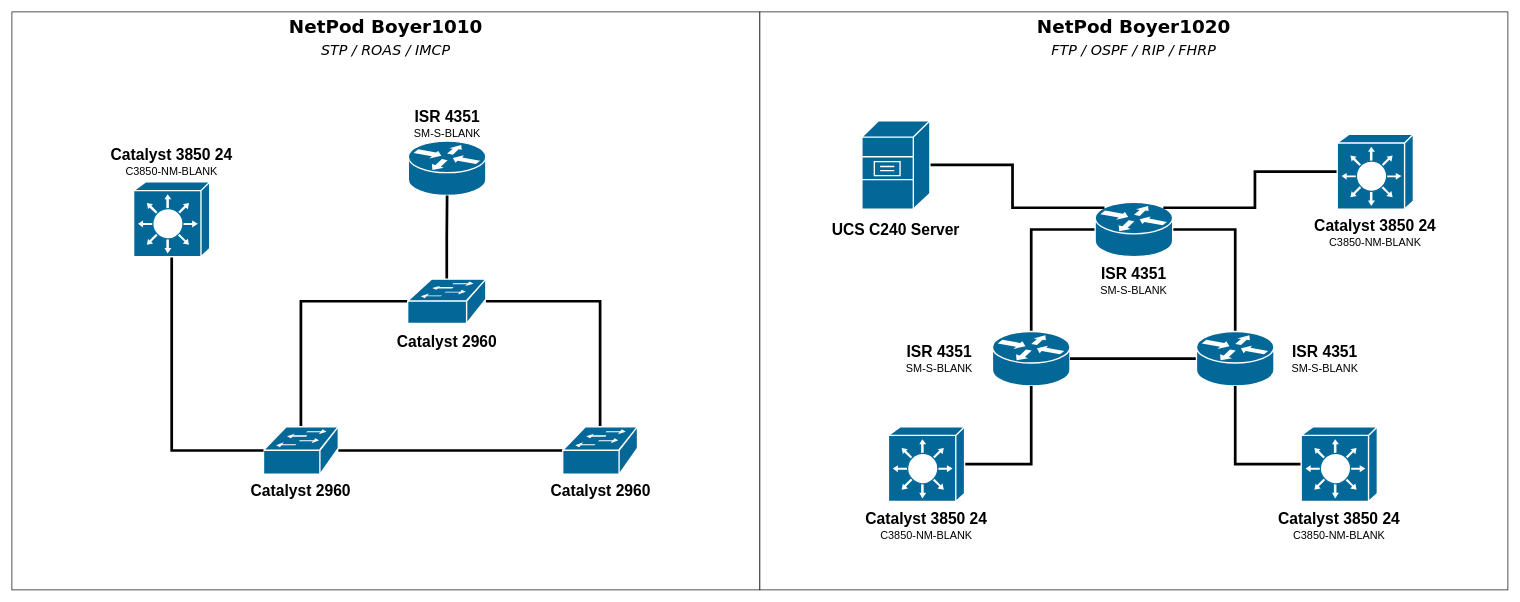
Before: NetPods Topologies.drawio in AdamSpera/netpods, a draw.io diagram. Source tidied: cells renumbered, new cells numbered last; positions are measured from the earlier drawing's top-left corner, leaving out a move shared by most shapes. Both pictures are drawn from the tidied source at 68%, with x=0, y=0 at pixel (12, 12).
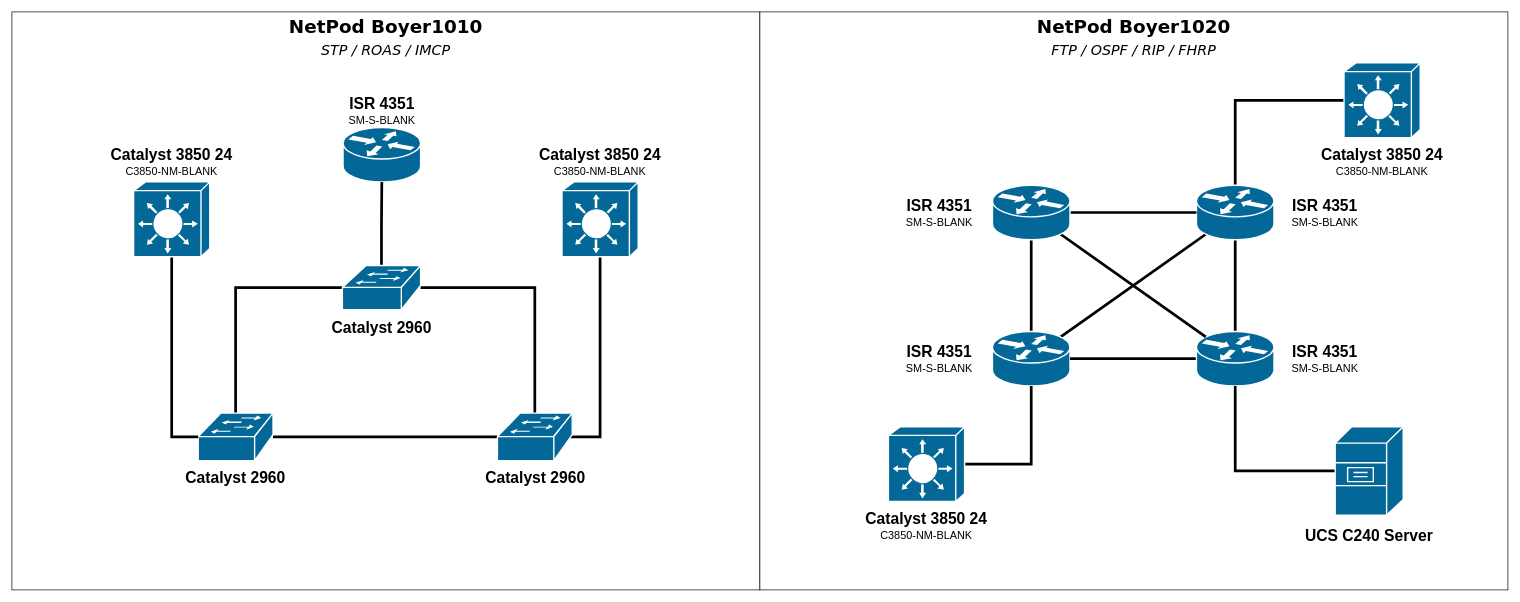
Above is the later version.

Unchanged cells that the change refers to:
```xml
<mxCell id="18" style="shape=mxgraph.cisco.routers.router;sketch=0;html=1;dashed=0;fillColor=#036897;strokeColor=#ffffff;strokeWidth=2;verticalLabelPosition=bottom;verticalAlign=top;align=center;outlineConnect=0;" parent="1" vertex="1">
  <mxGeometry x="1442" y="470" width="114" height="80" as="geometry" />
</mxCell>
<mxCell id="21" style="shape=mxgraph.cisco.routers.router;sketch=0;html=1;dashed=0;fillColor=#036897;strokeColor=#ffffff;strokeWidth=2;verticalLabelPosition=bottom;verticalAlign=top;align=center;outlineConnect=0;" parent="1" vertex="1">
  <mxGeometry x="1742" y="470" width="114" height="80" as="geometry" />
</mxCell>
```

What changed in the source:
```diff
@@
     <mxCell id="3" style="shape=mxgraph.cisco.routers.router;sketch=0;html=1;dashed=0;fillColor=#036897;strokeColor=#ffffff;strokeWidth=2;verticalLabelPosition=bottom;verticalAlign=top;align=center;outlineConnect=0;" parent="1" vertex="1">
-      <mxGeometry x="583" y="190" width="114" height="80" as="geometry" />
+      <mxGeometry x="487" y="170" width="114" height="80" as="geometry" />
     </mxCell>
     <mxCell id="4" value="&lt;font style=&quot;font-size: 13px;&quot;&gt;&lt;font style=&quot;font-size: 14px;&quot;&gt;&lt;font style=&quot;font-size: 15px;&quot;&gt;&lt;font style=&quot;font-size: 16px;&quot;&gt;&lt;font style=&quot;font-size: 17px;&quot;&gt;&lt;b&gt;&lt;font style=&quot;font-size: 18px;&quot;&gt;&lt;font style=&quot;font-size: 19px;&quot;&gt;&lt;font style=&quot;font-size: 20px;&quot;&gt;&lt;font style=&quot;font-size: 21px;&quot;&gt;&lt;font style=&quot;font-size: 22px;&quot;&gt;&lt;font style=&quot;font-size: 23px;&quot;&gt;ISR 4351&lt;br&gt;&lt;/font&gt;&lt;/font&gt;&lt;/font&gt;&lt;/font&gt;&lt;/font&gt;&lt;/font&gt;&lt;/b&gt;&lt;/font&gt;&lt;/font&gt;&lt;/font&gt;&lt;/font&gt;&lt;/font&gt;&lt;font style=&quot;font-size: 13px;&quot;&gt;&lt;font style=&quot;font-size: 14px;&quot;&gt;&lt;font style=&quot;font-size: 15px;&quot;&gt;&lt;font style=&quot;font-size: 16px;&quot;&gt;SM-S-BLANK&lt;/font&gt;&lt;/font&gt;&lt;/font&gt;&lt;/font&gt;" style="text;html=1;strokeColor=none;fillColor=none;align=center;verticalAlign=middle;whiteSpace=wrap;rounded=0;" parent="1" vertex="1">
-      <mxGeometry x="542.5" y="150" width="195" height="30" as="geometry" />
+      <mxGeometry x="446.5" y="130" width="195" height="30" as="geometry" />
     </mxCell>
@@
     <mxCell id="9" style="shape=mxgraph.cisco.switches.workgroup_switch;sketch=0;html=1;dashed=0;fillColor=#036897;strokeColor=#ffffff;strokeWidth=2;verticalLabelPosition=bottom;verticalAlign=top;align=center;outlineConnect=0;fontFamily=Helvetica;fontSize=12;fontColor=default;" parent="1" vertex="1">
-      <mxGeometry x="370" y="610" width="110" height="70" as="geometry" />
+      <mxGeometry x="274" y="590" width="110" height="70" as="geometry" />
     </mxCell>
+    <mxCell id="40" style="edgeStyle=orthogonalEdgeStyle;rounded=0;jettySize=auto;html=1;exitX=0.98;exitY=0.5;exitDx=0;exitDy=0;exitPerimeter=0;entryX=0.5;entryY=1;entryDx=0;entryDy=0;entryPerimeter=0;fontFamily=Helvetica;fontSize=12;fontColor=default;endArrow=none;endFill=0;strokeWidth=4;" parent="1" edge="1" target="46">
+      <mxGeometry relative="1" as="geometry">
+        <mxPoint x="811.8" y="625" as="sourcePoint" />
+        <Array as="points">
+          <mxPoint x="865" y="625" />
+        </Array>
+      </mxGeometry>
+    </mxCell>
     <mxCell id="10" style="shape=mxgraph.cisco.switches.workgroup_switch;sketch=0;html=1;dashed=0;fillColor=#036897;strokeColor=#ffffff;strokeWidth=2;verticalLabelPosition=bottom;verticalAlign=top;align=center;outlineConnect=0;fontFamily=Helvetica;fontSize=12;fontColor=default;" parent="1" vertex="1">
-      <mxGeometry x="810" y="610" width="110" height="70" as="geometry" />
+      <mxGeometry x="714" y="590" width="110" height="70" as="geometry" />
     </mxCell>
     <mxCell id="11" style="shape=mxgraph.cisco.switches.workgroup_switch;sketch=0;html=1;dashed=0;fillColor=#036897;strokeColor=#ffffff;strokeWidth=2;verticalLabelPosition=bottom;verticalAlign=top;align=center;outlineConnect=0;fontFamily=Helvetica;fontSize=12;fontColor=default;" parent="1" vertex="1">
-      <mxGeometry x="582" y="393" width="115" height="65" as="geometry" />
+      <mxGeometry x="486" y="373" width="115" height="65" as="geometry" />
     </mxCell>
     <mxCell id="12" value="&lt;div&gt;&lt;font style=&quot;font-size: 13px;&quot;&gt;&lt;font style=&quot;font-size: 14px;&quot;&gt;&lt;font style=&quot;font-size: 15px;&quot;&gt;&lt;font style=&quot;font-size: 16px;&quot;&gt;&lt;font style=&quot;font-size: 17px;&quot;&gt;&lt;b&gt;&lt;font style=&quot;font-size: 18px;&quot;&gt;&lt;font style=&quot;font-size: 19px;&quot;&gt;&lt;font style=&quot;font-size: 20px;&quot;&gt;&lt;font style=&quot;font-size: 21px;&quot;&gt;&lt;font style=&quot;font-size: 22px;&quot;&gt;&lt;font style=&quot;font-size: 23px;&quot;&gt;Catalyst 2960&lt;br&gt;&lt;/font&gt;&lt;/font&gt;&lt;/font&gt;&lt;/font&gt;&lt;/font&gt;&lt;/font&gt;&lt;/b&gt;&lt;/font&gt;&lt;/font&gt;&lt;/font&gt;&lt;/font&gt;&lt;/font&gt;&lt;/div&gt;" style="text;html=1;strokeColor=none;fillColor=none;align=center;verticalAlign=middle;whiteSpace=wrap;rounded=0;" parent="1" vertex="1">
-      <mxGeometry x="330" y="690" width="190" height="30" as="geometry" />
+      <mxGeometry x="234" y="670" width="190" height="30" as="geometry" />
     </mxCell>
@@
-    <mxCell id="14" style="edgeStyle=orthogonalEdgeStyle;rounded=0;jettySize=auto;html=1;exitX=1;exitY=0.5;exitDx=0;exitDy=0;exitPerimeter=0;entryX=0.5;entryY=0;entryDx=0;entryDy=0;entryPerimeter=0;fontFamily=Helvetica;fontSize=17;fontColor=default;strokeWidth=4;endArrow=none;endFill=0;" parent="1" edge="1" source="16" target="21">
-      <mxGeometry relative="1" as="geometry" />
-    </mxCell>
-    <mxCell id="15" style="edgeStyle=orthogonalEdgeStyle;rounded=0;jettySize=auto;html=1;exitX=0;exitY=0.5;exitDx=0;exitDy=0;exitPerimeter=0;entryX=0.5;entryY=0;entryDx=0;entryDy=0;entryPerimeter=0;fontFamily=Helvetica;fontSize=12;fontColor=default;strokeWidth=4;endArrow=none;endFill=0;" parent="1" edge="1" source="16" target="18">
-      <mxGeometry relative="1" as="geometry" />
-    </mxCell>
-    <mxCell id="16" style="shape=mxgraph.cisco.routers.router;sketch=0;html=1;dashed=0;fillColor=#036897;strokeColor=#ffffff;strokeWidth=2;verticalLabelPosition=bottom;verticalAlign=top;align=center;outlineConnect=0;" parent="1" vertex="1">
-      <mxGeometry x="1593" y="280" width="114" height="80" as="geometry" />
-    </mxCell>
-    <mxCell id="17" value="&lt;font style=&quot;font-size: 13px;&quot;&gt;&lt;font style=&quot;font-size: 14px;&quot;&gt;&lt;font style=&quot;font-size: 15px;&quot;&gt;&lt;font style=&quot;font-size: 16px;&quot;&gt;&lt;font style=&quot;font-size: 17px;&quot;&gt;&lt;b&gt;&lt;font style=&quot;font-size: 18px;&quot;&gt;&lt;font style=&quot;font-size: 19px;&quot;&gt;&lt;font style=&quot;font-size: 20px;&quot;&gt;&lt;font style=&quot;font-size: 21px;&quot;&gt;&lt;font style=&quot;font-size: 22px;&quot;&gt;&lt;font style=&quot;font-size: 23px;&quot;&gt;ISR 4351&lt;br&gt;&lt;/font&gt;&lt;/font&gt;&lt;/font&gt;&lt;/font&gt;&lt;/font&gt;&lt;/font&gt;&lt;/b&gt;&lt;/font&gt;&lt;/font&gt;&lt;/font&gt;&lt;/font&gt;&lt;/font&gt;&lt;font style=&quot;font-size: 13px;&quot;&gt;&lt;font style=&quot;font-size: 14px;&quot;&gt;&lt;font style=&quot;font-size: 15px;&quot;&gt;&lt;font style=&quot;font-size: 16px;&quot;&gt;SM-S-BLANK&lt;/font&gt;&lt;/font&gt;&lt;/font&gt;&lt;/font&gt;" style="text;html=1;strokeColor=none;fillColor=none;align=center;verticalAlign=middle;whiteSpace=wrap;rounded=0;" parent="1" vertex="1">
-      <mxGeometry x="1575" y="380" width="150" height="30" as="geometry" />
-    </mxCell>
+    <mxCell id="41" style="edgeStyle=orthogonalEdgeStyle;rounded=0;jettySize=auto;html=1;exitX=0.5;exitY=0;exitDx=0;exitDy=0;exitPerimeter=0;entryX=0.5;entryY=1;entryDx=0;entryDy=0;entryPerimeter=0;fontFamily=Helvetica;fontSize=12;fontColor=default;strokeWidth=4;endArrow=none;endFill=0;" parent="1" edge="1" source="18" target="51">
+      <mxGeometry relative="1" as="geometry" />
+    </mxCell>
+    <mxCell id="42" style="rounded=0;jettySize=auto;html=1;exitX=0.88;exitY=0.1;exitDx=0;exitDy=0;exitPerimeter=0;entryX=0.12;entryY=0.9;entryDx=0;entryDy=0;entryPerimeter=0;fontFamily=Helvetica;fontSize=12;fontColor=default;endArrow=none;endFill=0;strokeWidth=4;" parent="1" edge="1" source="18" target="47">
+      <mxGeometry relative="1" as="geometry" />
+    </mxCell>
@@
+    <mxCell id="43" style="edgeStyle=orthogonalEdgeStyle;rounded=0;jettySize=auto;html=1;exitX=0.5;exitY=0;exitDx=0;exitDy=0;exitPerimeter=0;entryX=0.5;entryY=1;entryDx=0;entryDy=0;entryPerimeter=0;fontFamily=Helvetica;fontSize=12;fontColor=default;strokeWidth=4;endArrow=none;endFill=0;" parent="1" edge="1" source="21" target="47">
+      <mxGeometry relative="1" as="geometry" />
+    </mxCell>
@@
     <mxCell id="26" value="&lt;font style=&quot;font-size: 13px;&quot;&gt;&lt;font style=&quot;font-size: 14px;&quot;&gt;&lt;font style=&quot;font-size: 15px;&quot;&gt;&lt;font style=&quot;font-size: 16px;&quot;&gt;&lt;font style=&quot;font-size: 17px;&quot;&gt;&lt;b&gt;&lt;font style=&quot;font-size: 18px;&quot;&gt;&lt;font style=&quot;font-size: 19px;&quot;&gt;&lt;font style=&quot;font-size: 20px;&quot;&gt;&lt;font style=&quot;font-size: 21px;&quot;&gt;&lt;font style=&quot;font-size: 22px;&quot;&gt;&lt;font style=&quot;font-size: 23px;&quot;&gt;Catalyst 3850 24&lt;br&gt;&lt;/font&gt;&lt;/font&gt;&lt;/font&gt;&lt;/font&gt;&lt;/font&gt;&lt;/font&gt;&lt;/b&gt;&lt;/font&gt;&lt;/font&gt;&lt;/font&gt;&lt;/font&gt;&lt;/font&gt;&lt;font style=&quot;font-size: 13px;&quot;&gt;&lt;font style=&quot;font-size: 14px;&quot;&gt;&lt;font style=&quot;font-size: 15px;&quot;&gt;&lt;font style=&quot;font-size: 16px;&quot;&gt;C3850-NM-BLANK&lt;/font&gt;&lt;/font&gt;&lt;/font&gt;&lt;/font&gt;" style="text;html=1;strokeColor=none;fillColor=none;align=center;verticalAlign=middle;whiteSpace=wrap;rounded=0;" parent="1" vertex="1">
-      <mxGeometry x="1857" y="740" width="190" height="30" as="geometry" />
+      <mxGeometry x="1920" y="205" width="190" height="30" as="geometry" />
     </mxCell>
-    <mxCell id="27" style="edgeStyle=orthogonalEdgeStyle;rounded=0;jettySize=auto;html=1;exitX=0;exitY=0.5;exitDx=0;exitDy=0;exitPerimeter=0;entryX=0.5;entryY=1;entryDx=0;entryDy=0;entryPerimeter=0;fontFamily=Helvetica;fontSize=12;fontColor=default;strokeWidth=4;endArrow=none;endFill=0;" parent="1" edge="1" source="28" target="21">
-      <mxGeometry relative="1" as="geometry" />
-    </mxCell>
+    <mxCell id="44" style="edgeStyle=orthogonalEdgeStyle;rounded=0;jettySize=auto;html=1;exitX=0;exitY=0.5;exitDx=0;exitDy=0;exitPerimeter=0;entryX=0.5;entryY=0;entryDx=0;entryDy=0;entryPerimeter=0;fontFamily=Helvetica;fontSize=12;fontColor=default;strokeWidth=4;endArrow=none;endFill=0;" parent="1" edge="1" source="28" target="47">
+      <mxGeometry relative="1" as="geometry" />
+    </mxCell>
     <mxCell id="28" style="shape=mxgraph.cisco.switches.layer_3_switch;sketch=0;html=1;dashed=0;fillColor=#036897;strokeColor=#ffffff;strokeWidth=2;verticalLabelPosition=bottom;verticalAlign=top;align=center;outlineConnect=0;fontFamily=Helvetica;fontSize=12;fontColor=default;" parent="1" vertex="1">
-      <mxGeometry x="1896" y="610" width="112" height="110" as="geometry" />
+      <mxGeometry x="1959" y="75" width="112" height="110" as="geometry" />
     </mxCell>
-    <mxCell id="29" value="&lt;font style=&quot;font-size: 13px;&quot;&gt;&lt;font style=&quot;font-size: 14px;&quot;&gt;&lt;font style=&quot;font-size: 15px;&quot;&gt;&lt;font style=&quot;font-size: 16px;&quot;&gt;&lt;font style=&quot;font-size: 17px;&quot;&gt;&lt;b&gt;&lt;font style=&quot;font-size: 18px;&quot;&gt;&lt;font style=&quot;font-size: 19px;&quot;&gt;&lt;font style=&quot;font-size: 20px;&quot;&gt;&lt;font style=&quot;font-size: 21px;&quot;&gt;&lt;font style=&quot;font-size: 22px;&quot;&gt;&lt;font style=&quot;font-size: 23px;&quot;&gt;Catalyst 3850 24&lt;br&gt;&lt;/font&gt;&lt;/font&gt;&lt;/font&gt;&lt;/font&gt;&lt;/font&gt;&lt;/font&gt;&lt;/b&gt;&lt;/font&gt;&lt;/font&gt;&lt;/font&gt;&lt;/font&gt;&lt;/font&gt;&lt;font style=&quot;font-size: 13px;&quot;&gt;&lt;font style=&quot;font-size: 14px;&quot;&gt;&lt;font style=&quot;font-size: 15px;&quot;&gt;&lt;font style=&quot;font-size: 16px;&quot;&gt;C3850-NM-BLANK&lt;/font&gt;&lt;/font&gt;&lt;/font&gt;&lt;/font&gt;" style="text;html=1;strokeColor=none;fillColor=none;align=center;verticalAlign=middle;whiteSpace=wrap;rounded=0;" parent="1" vertex="1">
-      <mxGeometry x="1910" y="310" width="190" height="30" as="geometry" />
-    </mxCell>
-    <mxCell id="30" style="edgeStyle=orthogonalEdgeStyle;rounded=0;jettySize=auto;html=1;exitX=0;exitY=0.5;exitDx=0;exitDy=0;exitPerimeter=0;entryX=0.88;entryY=0.1;entryDx=0;entryDy=0;entryPerimeter=0;fontFamily=Helvetica;fontSize=12;fontColor=default;strokeWidth=4;endArrow=none;endFill=0;" parent="1" edge="1" source="31" target="16">
-      <mxGeometry relative="1" as="geometry" />
-    </mxCell>
-    <mxCell id="31" style="shape=mxgraph.cisco.switches.layer_3_switch;sketch=0;html=1;dashed=0;fillColor=#036897;strokeColor=#ffffff;strokeWidth=2;verticalLabelPosition=bottom;verticalAlign=top;align=center;outlineConnect=0;fontFamily=Helvetica;fontSize=12;fontColor=default;" parent="1" vertex="1">
-      <mxGeometry x="1949" y="180" width="112" height="110" as="geometry" />
-    </mxCell>
-    <mxCell id="32" style="edgeStyle=orthogonalEdgeStyle;rounded=0;jettySize=auto;html=1;exitX=1;exitY=0.5;exitDx=0;exitDy=0;exitPerimeter=0;entryX=0.12;entryY=0.1;entryDx=0;entryDy=0;entryPerimeter=0;fontFamily=Helvetica;fontSize=12;fontColor=default;strokeWidth=4;endArrow=none;endFill=0;" parent="1" edge="1" source="33" target="16">
-      <mxGeometry relative="1" as="geometry" />
-    </mxCell>
+    <mxCell id="45" style="edgeStyle=orthogonalEdgeStyle;rounded=0;jettySize=auto;html=1;exitX=0;exitY=0.5;exitDx=0;exitDy=0;exitPerimeter=0;entryX=0.5;entryY=1;entryDx=0;entryDy=0;entryPerimeter=0;fontFamily=Helvetica;fontSize=12;fontColor=default;strokeWidth=4;endArrow=none;endFill=0;" parent="1" edge="1" source="33" target="21">
+      <mxGeometry relative="1" as="geometry" />
+    </mxCell>
     <mxCell id="33" style="shape=mxgraph.cisco.servers.file_server;sketch=0;html=1;dashed=0;fillColor=#036897;strokeColor=#ffffff;strokeWidth=2;verticalLabelPosition=bottom;verticalAlign=top;align=center;outlineConnect=0;fontFamily=Helvetica;fontSize=12;fontColor=default;" parent="1" vertex="1">
-      <mxGeometry x="1250" y="160" width="100" height="130" as="geometry" />
+      <mxGeometry x="1946" y="610" width="100" height="130" as="geometry" />
     </mxCell>
     <mxCell id="34" value="&lt;font style=&quot;font-size: 13px;&quot;&gt;&lt;font style=&quot;font-size: 14px;&quot;&gt;&lt;font style=&quot;font-size: 15px;&quot;&gt;&lt;font style=&quot;font-size: 16px;&quot;&gt;&lt;font style=&quot;font-size: 17px;&quot;&gt;&lt;b&gt;&lt;font style=&quot;font-size: 18px;&quot;&gt;&lt;font style=&quot;font-size: 19px;&quot;&gt;&lt;font style=&quot;font-size: 20px;&quot;&gt;&lt;font style=&quot;font-size: 21px;&quot;&gt;&lt;font style=&quot;font-size: 22px;&quot;&gt;&lt;font style=&quot;font-size: 23px;&quot;&gt;UCS C240 Server&lt;br&gt;&lt;/font&gt;&lt;/font&gt;&lt;/font&gt;&lt;/font&gt;&lt;/font&gt;&lt;/font&gt;&lt;/b&gt;&lt;/font&gt;&lt;/font&gt;&lt;/font&gt;&lt;/font&gt;&lt;/font&gt;" style="text;html=1;strokeColor=none;fillColor=none;align=center;verticalAlign=middle;whiteSpace=wrap;rounded=0;" parent="1" vertex="1">
-      <mxGeometry x="1205" y="305" width="190" height="30" as="geometry" />
+      <mxGeometry x="1901" y="755" width="190" height="30" as="geometry" />
     </mxCell>
     <mxCell id="35" value="&lt;div&gt;&lt;font style=&quot;font-size: 13px;&quot;&gt;&lt;font style=&quot;font-size: 14px;&quot;&gt;&lt;font style=&quot;font-size: 15px;&quot;&gt;&lt;font style=&quot;font-size: 16px;&quot;&gt;&lt;font style=&quot;font-size: 17px;&quot;&gt;&lt;b&gt;&lt;font style=&quot;font-size: 18px;&quot;&gt;&lt;font style=&quot;font-size: 19px;&quot;&gt;&lt;font style=&quot;font-size: 20px;&quot;&gt;&lt;font style=&quot;font-size: 21px;&quot;&gt;&lt;font style=&quot;font-size: 22px;&quot;&gt;&lt;font style=&quot;font-size: 23px;&quot;&gt;Catalyst 2960&lt;br&gt;&lt;/font&gt;&lt;/font&gt;&lt;/font&gt;&lt;/font&gt;&lt;/font&gt;&lt;/font&gt;&lt;/b&gt;&lt;/font&gt;&lt;/font&gt;&lt;/font&gt;&lt;/font&gt;&lt;/font&gt;&lt;/div&gt;" style="text;html=1;strokeColor=none;fillColor=none;align=center;verticalAlign=middle;whiteSpace=wrap;rounded=0;" parent="1" vertex="1">
-      <mxGeometry x="771" y="690" width="190" height="30" as="geometry" />
+      <mxGeometry x="675" y="670" width="190" height="30" as="geometry" />
     </mxCell>
     <mxCell id="36" value="&lt;div&gt;&lt;font style=&quot;font-size: 13px;&quot;&gt;&lt;font style=&quot;font-size: 14px;&quot;&gt;&lt;font style=&quot;font-size: 15px;&quot;&gt;&lt;font style=&quot;font-size: 16px;&quot;&gt;&lt;font style=&quot;font-size: 17px;&quot;&gt;&lt;b&gt;&lt;font style=&quot;font-size: 18px;&quot;&gt;&lt;font style=&quot;font-size: 19px;&quot;&gt;&lt;font style=&quot;font-size: 20px;&quot;&gt;&lt;font style=&quot;font-size: 21px;&quot;&gt;&lt;font style=&quot;font-size: 22px;&quot;&gt;&lt;font style=&quot;font-size: 23px;&quot;&gt;Catalyst 2960&lt;br&gt;&lt;/font&gt;&lt;/font&gt;&lt;/font&gt;&lt;/font&gt;&lt;/font&gt;&lt;/font&gt;&lt;/b&gt;&lt;/font&gt;&lt;/font&gt;&lt;/font&gt;&lt;/font&gt;&lt;/font&gt;&lt;/div&gt;" style="text;html=1;strokeColor=none;fillColor=none;align=center;verticalAlign=middle;whiteSpace=wrap;rounded=0;" parent="1" vertex="1">
-      <mxGeometry x="545" y="470" width="190" height="30" as="geometry" />
+      <mxGeometry x="449" y="450" width="190" height="30" as="geometry" />
     </mxCell>
@@
+    <mxCell id="29" value="&lt;font style=&quot;font-size: 13px;&quot;&gt;&lt;font style=&quot;font-size: 14px;&quot;&gt;&lt;font style=&quot;font-size: 15px;&quot;&gt;&lt;font style=&quot;font-size: 16px;&quot;&gt;&lt;font style=&quot;font-size: 17px;&quot;&gt;&lt;b&gt;&lt;font style=&quot;font-size: 18px;&quot;&gt;&lt;font style=&quot;font-size: 19px;&quot;&gt;&lt;font style=&quot;font-size: 20px;&quot;&gt;&lt;font style=&quot;font-size: 21px;&quot;&gt;&lt;font style=&quot;font-size: 22px;&quot;&gt;&lt;font style=&quot;font-size: 23px;&quot;&gt;Catalyst 3850 24&lt;br&gt;&lt;/font&gt;&lt;/font&gt;&lt;/font&gt;&lt;/font&gt;&lt;/font&gt;&lt;/font&gt;&lt;/b&gt;&lt;/font&gt;&lt;/font&gt;&lt;/font&gt;&lt;/font&gt;&lt;/font&gt;&lt;font style=&quot;font-size: 13px;&quot;&gt;&lt;font style=&quot;font-size: 14px;&quot;&gt;&lt;font style=&quot;font-size: 15px;&quot;&gt;&lt;font style=&quot;font-size: 16px;&quot;&gt;C3850-NM-BLANK&lt;/font&gt;&lt;/font&gt;&lt;/font&gt;&lt;/font&gt;" style="text;html=1;strokeColor=none;fillColor=none;align=center;verticalAlign=middle;whiteSpace=wrap;rounded=0;" parent="1" vertex="1">
+      <mxGeometry x="770" y="205" width="190" height="30" as="geometry" />
+    </mxCell>
+    <mxCell id="46" style="shape=mxgraph.cisco.switches.layer_3_switch;sketch=0;html=1;dashed=0;fillColor=#036897;strokeColor=#ffffff;strokeWidth=2;verticalLabelPosition=bottom;verticalAlign=top;align=center;outlineConnect=0;fontFamily=Helvetica;fontSize=12;fontColor=default;" parent="1" vertex="1">
+      <mxGeometry x="809" y="250" width="112" height="110" as="geometry" />
+    </mxCell>
+    <mxCell id="47" style="shape=mxgraph.cisco.routers.router;sketch=0;html=1;dashed=0;fillColor=#036897;strokeColor=#ffffff;strokeWidth=2;verticalLabelPosition=bottom;verticalAlign=top;align=center;outlineConnect=0;" parent="1" vertex="1">
+      <mxGeometry x="1742" y="255" width="114" height="80" as="geometry" />
+    </mxCell>
+    <mxCell id="48" value="&lt;font style=&quot;font-size: 13px;&quot;&gt;&lt;font style=&quot;font-size: 14px;&quot;&gt;&lt;font style=&quot;font-size: 15px;&quot;&gt;&lt;font style=&quot;font-size: 16px;&quot;&gt;&lt;font style=&quot;font-size: 17px;&quot;&gt;&lt;b&gt;&lt;font style=&quot;font-size: 18px;&quot;&gt;&lt;font style=&quot;font-size: 19px;&quot;&gt;&lt;font style=&quot;font-size: 20px;&quot;&gt;&lt;font style=&quot;font-size: 21px;&quot;&gt;&lt;font style=&quot;font-size: 22px;&quot;&gt;&lt;font style=&quot;font-size: 23px;&quot;&gt;ISR 4351&lt;br&gt;&lt;/font&gt;&lt;/font&gt;&lt;/font&gt;&lt;/font&gt;&lt;/font&gt;&lt;/font&gt;&lt;/b&gt;&lt;/font&gt;&lt;/font&gt;&lt;/font&gt;&lt;/font&gt;&lt;/font&gt;&lt;font style=&quot;font-size: 13px;&quot;&gt;&lt;font style=&quot;font-size: 14px;&quot;&gt;&lt;font style=&quot;font-size: 15px;&quot;&gt;&lt;font style=&quot;font-size: 16px;&quot;&gt;SM-S-BLANK&lt;/font&gt;&lt;/font&gt;&lt;/font&gt;&lt;/font&gt;" style="text;html=1;strokeColor=none;fillColor=none;align=center;verticalAlign=middle;whiteSpace=wrap;rounded=0;" parent="1" vertex="1">
+      <mxGeometry x="1856" y="280" width="150" height="30" as="geometry" />
+    </mxCell>
+    <mxCell id="49" style="edgeStyle=orthogonalEdgeStyle;rounded=0;jettySize=auto;html=1;exitX=1;exitY=0.5;exitDx=0;exitDy=0;exitPerimeter=0;entryX=0;entryY=0.5;entryDx=0;entryDy=0;entryPerimeter=0;fontFamily=Helvetica;fontSize=12;fontColor=default;strokeWidth=4;endArrow=none;endFill=0;" parent="1" edge="1" source="51" target="47">
+      <mxGeometry relative="1" as="geometry" />
+    </mxCell>
+    <mxCell id="50" style="rounded=0;jettySize=auto;html=1;exitX=0.88;exitY=0.9;exitDx=0;exitDy=0;exitPerimeter=0;entryX=0.12;entryY=0.1;entryDx=0;entryDy=0;entryPerimeter=0;fontFamily=Helvetica;fontSize=12;fontColor=default;strokeWidth=4;endArrow=none;endFill=0;" parent="1" edge="1" source="51" target="21">
+      <mxGeometry relative="1" as="geometry" />
+    </mxCell>
+    <mxCell id="51" style="shape=mxgraph.cisco.routers.router;sketch=0;html=1;dashed=0;fillColor=#036897;strokeColor=#ffffff;strokeWidth=2;verticalLabelPosition=bottom;verticalAlign=top;align=center;outlineConnect=0;" parent="1" vertex="1">
+      <mxGeometry x="1442" y="255" width="114" height="80" as="geometry" />
+    </mxCell>
+    <mxCell id="52" value="&lt;font style=&quot;font-size: 13px;&quot;&gt;&lt;font style=&quot;font-size: 14px;&quot;&gt;&lt;font style=&quot;font-size: 15px;&quot;&gt;&lt;font style=&quot;font-size: 16px;&quot;&gt;&lt;font style=&quot;font-size: 17px;&quot;&gt;&lt;b&gt;&lt;font style=&quot;font-size: 18px;&quot;&gt;&lt;font style=&quot;font-size: 19px;&quot;&gt;&lt;font style=&quot;font-size: 20px;&quot;&gt;&lt;font style=&quot;font-size: 21px;&quot;&gt;&lt;font style=&quot;font-size: 22px;&quot;&gt;&lt;font style=&quot;font-size: 23px;&quot;&gt;ISR 4351&lt;br&gt;&lt;/font&gt;&lt;/font&gt;&lt;/font&gt;&lt;/font&gt;&lt;/font&gt;&lt;/font&gt;&lt;/b&gt;&lt;/font&gt;&lt;/font&gt;&lt;/font&gt;&lt;/font&gt;&lt;/font&gt;&lt;font style=&quot;font-size: 13px;&quot;&gt;&lt;font style=&quot;font-size: 14px;&quot;&gt;&lt;font style=&quot;font-size: 15px;&quot;&gt;&lt;font style=&quot;font-size: 16px;&quot;&gt;SM-S-BLANK&lt;/font&gt;&lt;/font&gt;&lt;/font&gt;&lt;/font&gt;" style="text;html=1;strokeColor=none;fillColor=none;align=center;verticalAlign=middle;whiteSpace=wrap;rounded=0;" parent="1" vertex="1">
+      <mxGeometry x="1289" y="280" width="150" height="30" as="geometry" />
+    </mxCell>
```
